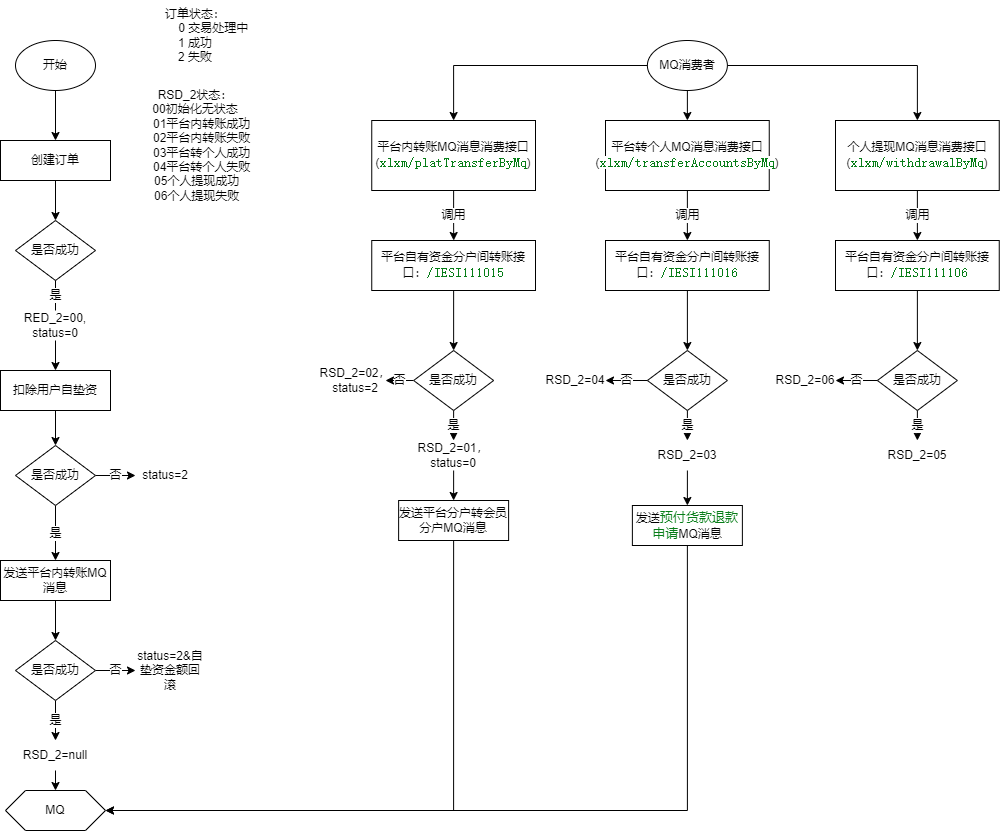
songyibo2019/mydiagrams keeps this draw.io diagram as 厦门国际代付订单状态流转.drawio.png. Above is the earlier version. Source tidied: cells renumbered, new cells last; positions are measured from the earlier drawing's top-left corner, leaving out a move shared by most shapes.
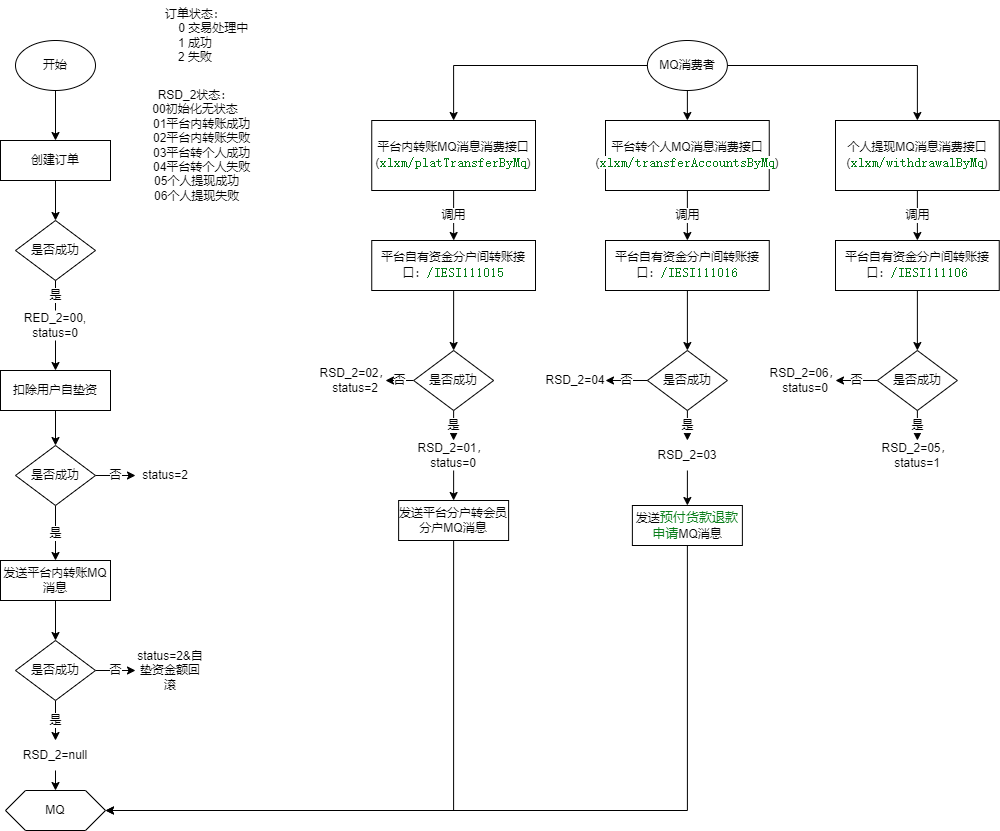
Above is the later version.

Commit message:
Update 厦门国际代付订单状态流转.drawio.png

Diff of the diagram source:
```diff
@@ -182,10 +182,10 @@
     <mxCell id="61" value="RSD_2=04" style="text;html=1;strokeColor=none;fillColor=none;align=center;verticalAlign=middle;whiteSpace=wrap;rounded=0;" parent="1" vertex="1">
       <mxGeometry x="545" y="365" width="60" height="30" as="geometry" />
     </mxCell>
-    <mxCell id="62" value="RSD_2=06" style="text;html=1;strokeColor=none;fillColor=none;align=center;verticalAlign=middle;whiteSpace=wrap;rounded=0;" parent="1" vertex="1">
+    <mxCell id="62" value="RSD_2=06，&lt;br&gt;status=0" style="text;html=1;strokeColor=none;fillColor=none;align=center;verticalAlign=middle;whiteSpace=wrap;rounded=0;" parent="1" vertex="1">
       <mxGeometry x="775" y="365" width="60" height="30" as="geometry" />
     </mxCell>
-    <mxCell id="63" value="RSD_2=05" style="text;html=1;strokeColor=none;fillColor=none;align=center;verticalAlign=middle;whiteSpace=wrap;rounded=0;" parent="1" vertex="1">
+    <mxCell id="63" value="RSD_2=05，&lt;br&gt;status=1" style="text;html=1;strokeColor=none;fillColor=none;align=center;verticalAlign=middle;whiteSpace=wrap;rounded=0;" parent="1" vertex="1">
       <mxGeometry x="886.9" y="440" width="60" height="30" as="geometry" />
     </mxCell>
   </root>
```
